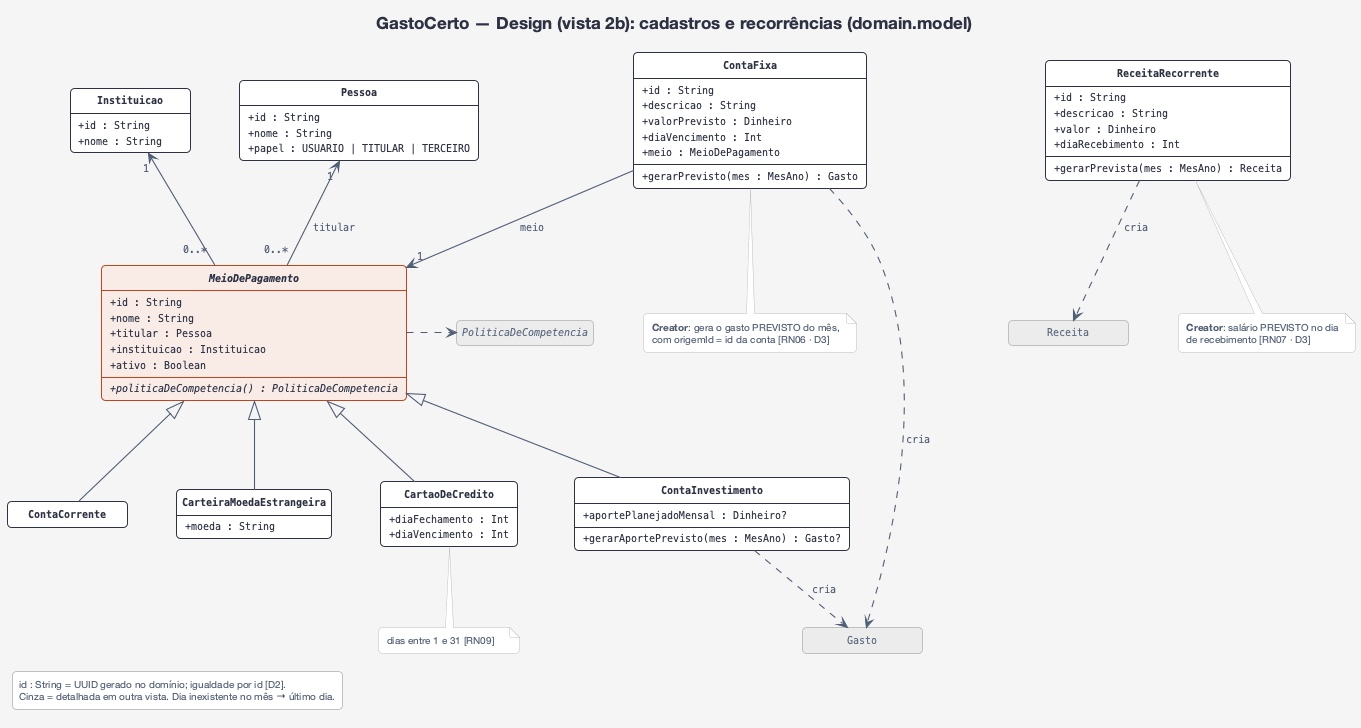
Above: docs/uml/design-2b-dominio-cadastros.png in gabrielfbarbosa/gasto-certo (PlantUML), before the change.
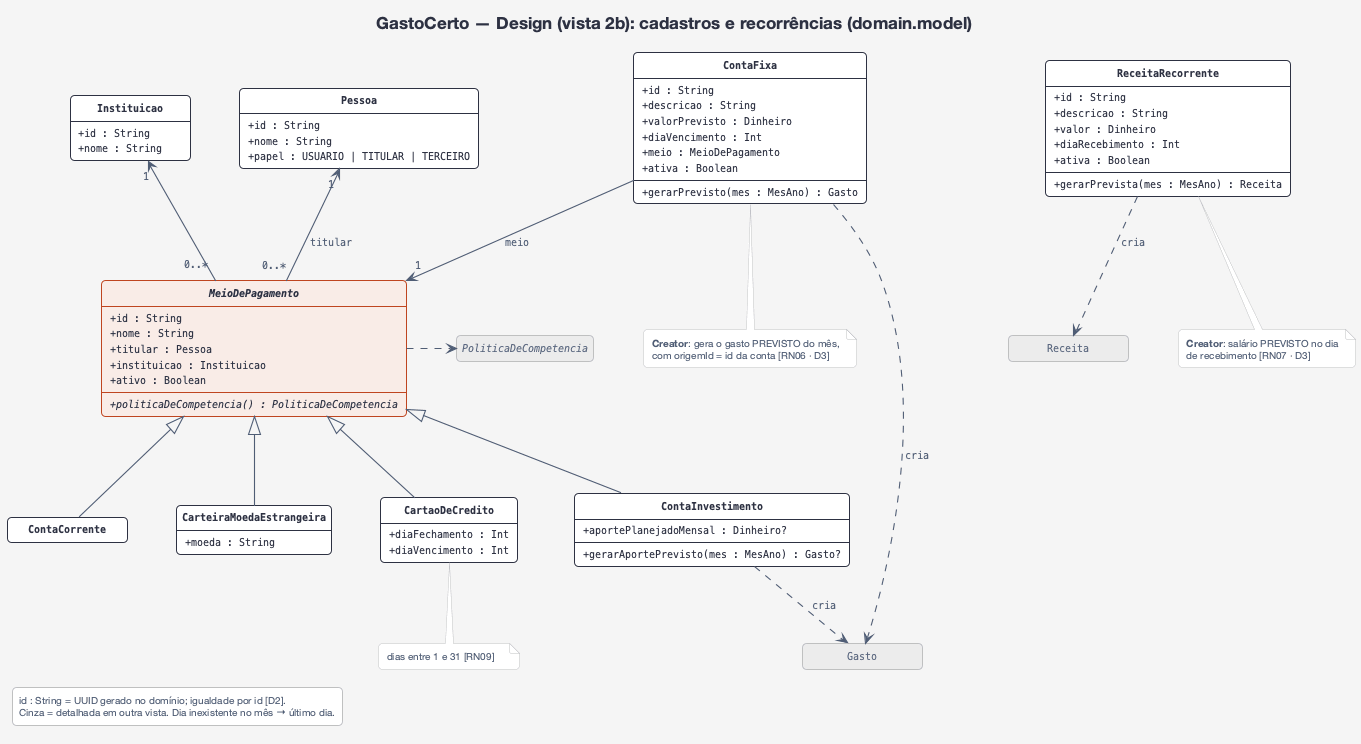
Later version of the same file.

The edit, as a diff of the source:
```diff
@@ -42,6 +42,7 @@
   + valorPrevisto : Dinheiro
   + diaVencimento : Int
   + meio : MeioDePagamento
+  + ativa : Boolean
   + gerarPrevisto(mes : MesAno) : Gasto
 }
 class ReceitaRecorrente {
@@ -49,6 +50,7 @@
   + descricao : String
   + valor : Dinheiro
   + diaRecebimento : Int
+  + ativa : Boolean
   + gerarPrevista(mes : MesAno) : Receita
 }
 class Gasto <<ref>>
```
